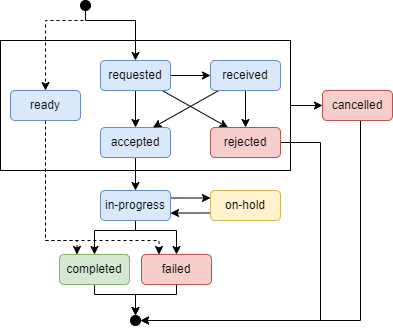
Earlier version of the draw.io export input/images/Task-state-machine.png (SanteonNL/shared-care-planning). Source tidied: cells renumbered, new cells last; positions are measured from the earlier drawing's top-left corner, leaving out a move shared by most shapes.
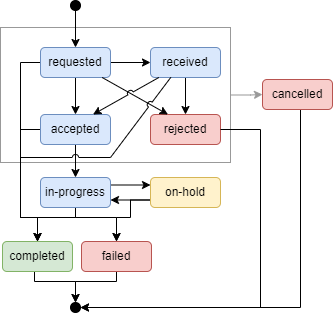
The same diagram one commit later.

Change to the diagram source:
```diff
@@ -2,63 +2,54 @@
   <root>
     <mxCell id="0" />
     <mxCell id="1" parent="0" />
-    <mxCell id="2" style="rounded=0;whiteSpace=wrap;html=1;fillColor=none;strokeWidth=1;" parent="1" vertex="1">
-      <mxGeometry y="40" width="290" height="130" as="geometry" />
+    <mxCell id="2" style="rounded=0;whiteSpace=wrap;html=1;fillColor=none;strokeWidth=1;strokeColor=#999999;" parent="1" vertex="1">
+      <mxGeometry x="60" y="40" width="230" height="135" as="geometry" />
     </mxCell>
-    <mxCell id="3" style="edgeStyle=orthogonalEdgeStyle;rounded=0;jettySize=auto;html=1;dashed=1;" parent="1" edge="1" source="5" target="33">
-      <mxGeometry relative="1" as="geometry">
-        <Array as="points">
-          <mxPoint x="85" y="20" />
-          <mxPoint x="45" y="20" />
-        </Array>
-      </mxGeometry>
-    </mxCell>
-    <mxCell id="4" style="edgeStyle=orthogonalEdgeStyle;rounded=0;jettySize=auto;html=1;" parent="1" edge="1" source="5" target="9">
-      <mxGeometry relative="1" as="geometry">
-        <Array as="points">
-          <mxPoint x="85" y="20" />
-          <mxPoint x="135" y="20" />
-        </Array>
-      </mxGeometry>
+    <mxCell id="4" style="edgeStyle=orthogonalEdgeStyle;rounded=0;jettySize=auto;html=1;entryX=0.5;entryY=0;entryDx=0;entryDy=0;" parent="1" edge="1" source="5" target="9">
+      <mxGeometry relative="1" as="geometry" />
     </mxCell>
     <mxCell id="5" style="ellipse;whiteSpace=wrap;html=1;fillColor=#000000;" parent="1" vertex="1">
-      <mxGeometry x="80" width="10" height="10" as="geometry" />
+      <mxGeometry x="130" y="13" width="10" height="10" as="geometry" />
     </mxCell>
     <mxCell id="6" style="edgeStyle=orthogonalEdgeStyle;rounded=0;jettySize=auto;html=1;entryX=0;entryY=0.5;entryDx=0;entryDy=0;" parent="1" edge="1" source="9" target="16">
       <mxGeometry relative="1" as="geometry" />
     </mxCell>
-    <mxCell id="7" style="edgeStyle=orthogonalEdgeStyle;rounded=0;jettySize=auto;html=1;entryX=0.5;entryY=0;entryDx=0;entryDy=0;" parent="1" edge="1" source="9" target="11">
+    <mxCell id="7" style="edgeStyle=orthogonalEdgeStyle;rounded=0;jettySize=auto;html=1;entryX=0.5;entryY=0;entryDx=0;entryDy=0;jumpStyle=arc;" parent="1" edge="1" source="9" target="11">
       <mxGeometry relative="1" as="geometry" />
     </mxCell>
-    <mxCell id="8" style="rounded=0;jettySize=auto;html=1;entryX=0.25;entryY=0;entryDx=0;entryDy=0;" parent="1" edge="1" source="9" target="13">
-      <mxGeometry relative="1" as="geometry" />
-    </mxCell>
+    <mxCell id="34" style="edgeStyle=orthogonalEdgeStyle;rounded=0;jettySize=auto;html=1;exitX=0;exitY=0.5;exitDx=0;exitDy=0;entryX=0.5;entryY=0;entryDx=0;entryDy=0;" parent="1" edge="1" source="9" target="24">
+      <mxGeometry relative="1" as="geometry">
+        <Array as="points">
+          <mxPoint x="80" y="75" />
+          <mxPoint x="80" y="230" />
+          <mxPoint x="97" y="230" />
+        </Array>
+      </mxGeometry>
+    </mxCell>
     <mxCell id="9" value="requested" style="rounded=1;whiteSpace=wrap;html=1;fillColor=#dae8fc;strokeColor=#6c8ebf;" parent="1" vertex="1">
       <mxGeometry x="100" y="60" width="70" height="30" as="geometry" />
     </mxCell>
+    <mxCell id="35" style="edgeStyle=orthogonalEdgeStyle;rounded=0;jettySize=auto;html=1;exitX=0;exitY=0.5;exitDx=0;exitDy=0;entryX=0.5;entryY=0;entryDx=0;entryDy=0;" parent="1" edge="1" source="11" target="24">
+      <mxGeometry relative="1" as="geometry">
+        <Array as="points">
+          <mxPoint x="80" y="142" />
+          <mxPoint x="80" y="230" />
+          <mxPoint x="97" y="230" />
+        </Array>
+      </mxGeometry>
+    </mxCell>
-    <mxCell id="10" style="edgeStyle=orthogonalEdgeStyle;rounded=0;jettySize=auto;html=1;entryX=0.5;entryY=0;entryDx=0;entryDy=0;" parent="1" edge="1" source="11" target="20">
+    <mxCell id="10" style="edgeStyle=orthogonalEdgeStyle;rounded=0;jettySize=auto;html=1;exitX=0.5;exitY=1;exitDx=0;exitDy=0;entryX=0.5;entryY=0;entryDx=0;entryDy=0;jumpStyle=arc;" parent="1" edge="1" source="11" target="20">
       <mxGeometry relative="1" as="geometry" />
     </mxCell>
     <mxCell id="11" value="accepted" style="rounded=1;whiteSpace=wrap;html=1;fillColor=#dae8fc;strokeColor=#6c8ebf;" parent="1" vertex="1">
       <mxGeometry x="100" y="127" width="70" height="30" as="geometry" />
     </mxCell>
-    <mxCell id="12" style="edgeStyle=orthogonalEdgeStyle;rounded=0;jettySize=auto;html=1;entryX=1;entryY=0.5;entryDx=0;entryDy=0;strokeColor=#000000;exitX=1;exitY=0.5;exitDx=0;exitDy=0;" parent="1" edge="1" source="13" target="29">
-      <mxGeometry relative="1" as="geometry">
-        <Array as="points">
-          <mxPoint x="320" y="142" />
-          <mxPoint x="320" y="320" />
-        </Array>
-      </mxGeometry>
-    </mxCell>
     <mxCell id="13" value="rejected" style="rounded=1;whiteSpace=wrap;html=1;fillColor=#f8cecc;strokeColor=#b85450;" parent="1" vertex="1">
       <mxGeometry x="210" y="127" width="70" height="30" as="geometry" />
     </mxCell>
     <mxCell id="14" style="edgeStyle=orthogonalEdgeStyle;rounded=0;jettySize=auto;html=1;entryX=0.5;entryY=0;entryDx=0;entryDy=0;" parent="1" edge="1" source="16" target="13">
       <mxGeometry relative="1" as="geometry" />
     </mxCell>
-    <mxCell id="15" style="rounded=0;jettySize=auto;html=1;entryX=0.75;entryY=0;entryDx=0;entryDy=0;" parent="1" edge="1" source="16" target="11">
-      <mxGeometry relative="1" as="geometry" />
-    </mxCell>
     <mxCell id="16" value="received" style="rounded=1;whiteSpace=wrap;html=1;fillColor=#dae8fc;strokeColor=#6c8ebf;" parent="1" vertex="1">
       <mxGeometry x="210" y="60" width="70" height="30" as="geometry" />
     </mxCell>
@@ -69,7 +60,7 @@
       <mxGeometry relative="1" as="geometry">
         <Array as="points">
           <mxPoint x="135" y="230" />
-          <mxPoint x="94" y="230" />
+          <mxPoint x="97" y="230" />
         </Array>
       </mxGeometry>
     </mxCell>
@@ -104,11 +95,20 @@
       </mxGeometry>
     </mxCell>
     <mxCell id="24" value="completed" style="rounded=1;whiteSpace=wrap;html=1;fillColor=#d5e8d4;strokeColor=#82b366;" parent="1" vertex="1">
-      <mxGeometry x="59" y="254" width="70" height="30" as="geometry" />
+      <mxGeometry x="62" y="254" width="70" height="30" as="geometry" />
     </mxCell>
     <mxCell id="25" style="edgeStyle=orthogonalEdgeStyle;rounded=0;jettySize=auto;html=1;entryX=1;entryY=0.75;entryDx=0;entryDy=0;exitX=0;exitY=0.75;exitDx=0;exitDy=0;" parent="1" edge="1" source="26" target="20">
       <mxGeometry relative="1" as="geometry" />
     </mxCell>
+    <mxCell id="36" style="edgeStyle=orthogonalEdgeStyle;rounded=0;jettySize=auto;html=1;exitX=0;exitY=0.75;exitDx=0;exitDy=0;entryX=0.5;entryY=0;entryDx=0;entryDy=0;" parent="1" edge="1" source="26" target="22">
+      <mxGeometry relative="1" as="geometry">
+        <Array as="points">
+          <mxPoint x="190" y="213" />
+          <mxPoint x="190" y="230" />
+          <mxPoint x="176" y="230" />
+        </Array>
+      </mxGeometry>
+    </mxCell>
     <mxCell id="26" value="on-hold" style="rounded=1;whiteSpace=wrap;html=1;fillColor=#fff2cc;strokeColor=#d6b656;" parent="1" vertex="1">
       <mxGeometry x="210" y="190" width="70" height="30" as="geometry" />
     </mxCell>
@@ -122,32 +122,35 @@
       </mxGeometry>
     </mxCell>
     <mxCell id="28" value="cancelled" style="rounded=1;whiteSpace=wrap;html=1;fillColor=#f8cecc;strokeColor=#b85450;" parent="1" vertex="1">
-      <mxGeometry x="322" y="90" width="70" height="30" as="geometry" />
+      <mxGeometry x="322" y="92" width="70" height="30" as="geometry" />
     </mxCell>
     <mxCell id="29" style="ellipse;whiteSpace=wrap;html=1;fillColor=#000000;" parent="1" vertex="1">
       <mxGeometry x="130" y="315" width="10" height="10" as="geometry" />
     </mxCell>
-    <mxCell id="30" style="edgeStyle=orthogonalEdgeStyle;rounded=0;jettySize=auto;html=1;entryX=0;entryY=0.5;entryDx=0;entryDy=0;strokeWidth=1;" parent="1" edge="1" source="2" target="28">
+    <mxCell id="30" style="edgeStyle=orthogonalEdgeStyle;rounded=0;jettySize=auto;html=1;entryX=0;entryY=0.5;entryDx=0;entryDy=0;strokeWidth=1;strokeColor=#999999;" parent="1" edge="1" source="2" target="28">
       <mxGeometry relative="1" as="geometry" />
     </mxCell>
-    <mxCell id="31" style="edgeStyle=orthogonalEdgeStyle;rounded=0;jettySize=auto;html=1;entryX=0.25;entryY=0;entryDx=0;entryDy=0;dashed=1;" parent="1" edge="1" source="33" target="22">
-      <mxGeometry relative="1" as="geometry">
-        <Array as="points">
-          <mxPoint x="45" y="240" />
-          <mxPoint x="159" y="240" />
-        </Array>
-      </mxGeometry>
-    </mxCell>
-    <mxCell id="32" style="edgeStyle=orthogonalEdgeStyle;rounded=0;jettySize=auto;html=1;entryX=0.25;entryY=0;entryDx=0;entryDy=0;dashed=1;" parent="1" edge="1" source="33" target="24">
-      <mxGeometry relative="1" as="geometry">
-        <Array as="points">
-          <mxPoint x="45" y="240" />
-          <mxPoint x="77" y="240" />
-        </Array>
-      </mxGeometry>
-    </mxCell>
-    <mxCell id="33" value="ready" style="rounded=1;whiteSpace=wrap;html=1;fillColor=#dae8fc;strokeColor=#6c8ebf;" parent="1" vertex="1">
-      <mxGeometry x="10" y="90" width="70" height="30" as="geometry" />
-    </mxCell>
+    <mxCell id="12" style="edgeStyle=orthogonalEdgeStyle;rounded=0;jettySize=auto;html=1;entryX=1;entryY=0.5;entryDx=0;entryDy=0;strokeColor=#000000;exitX=1;exitY=0.5;exitDx=0;exitDy=0;jumpStyle=arc;" parent="1" edge="1" source="13" target="29">
+      <mxGeometry relative="1" as="geometry">
+        <Array as="points">
+          <mxPoint x="320" y="142" />
+          <mxPoint x="320" y="320" />
+        </Array>
+      </mxGeometry>
+    </mxCell>
+    <mxCell id="8" style="rounded=0;jettySize=auto;html=1;entryX=0.25;entryY=0;entryDx=0;entryDy=0;jumpStyle=arc;" parent="1" edge="1" source="9" target="13">
+      <mxGeometry relative="1" as="geometry" />
+    </mxCell>
+    <mxCell id="37" style="rounded=0;jettySize=auto;html=1;jumpStyle=arc;endArrow=none;startFill=0;exitX=0.29;exitY=0.996;exitDx=0;exitDy=0;exitPerimeter=0;" parent="1" edge="1" source="16">
+      <mxGeometry relative="1" as="geometry">
+        <mxPoint x="80" y="170" as="targetPoint" />
+        <Array as="points">
+          <mxPoint x="170" y="170" />
+        </Array>
+      </mxGeometry>
+    </mxCell>
+    <mxCell id="15" style="rounded=0;jettySize=auto;html=1;entryX=0.75;entryY=0;entryDx=0;entryDy=0;jumpStyle=arc;" parent="1" edge="1" source="16" target="11">
+      <mxGeometry relative="1" as="geometry" />
+    </mxCell>
   </root>
 </mxGraphModel>
```
